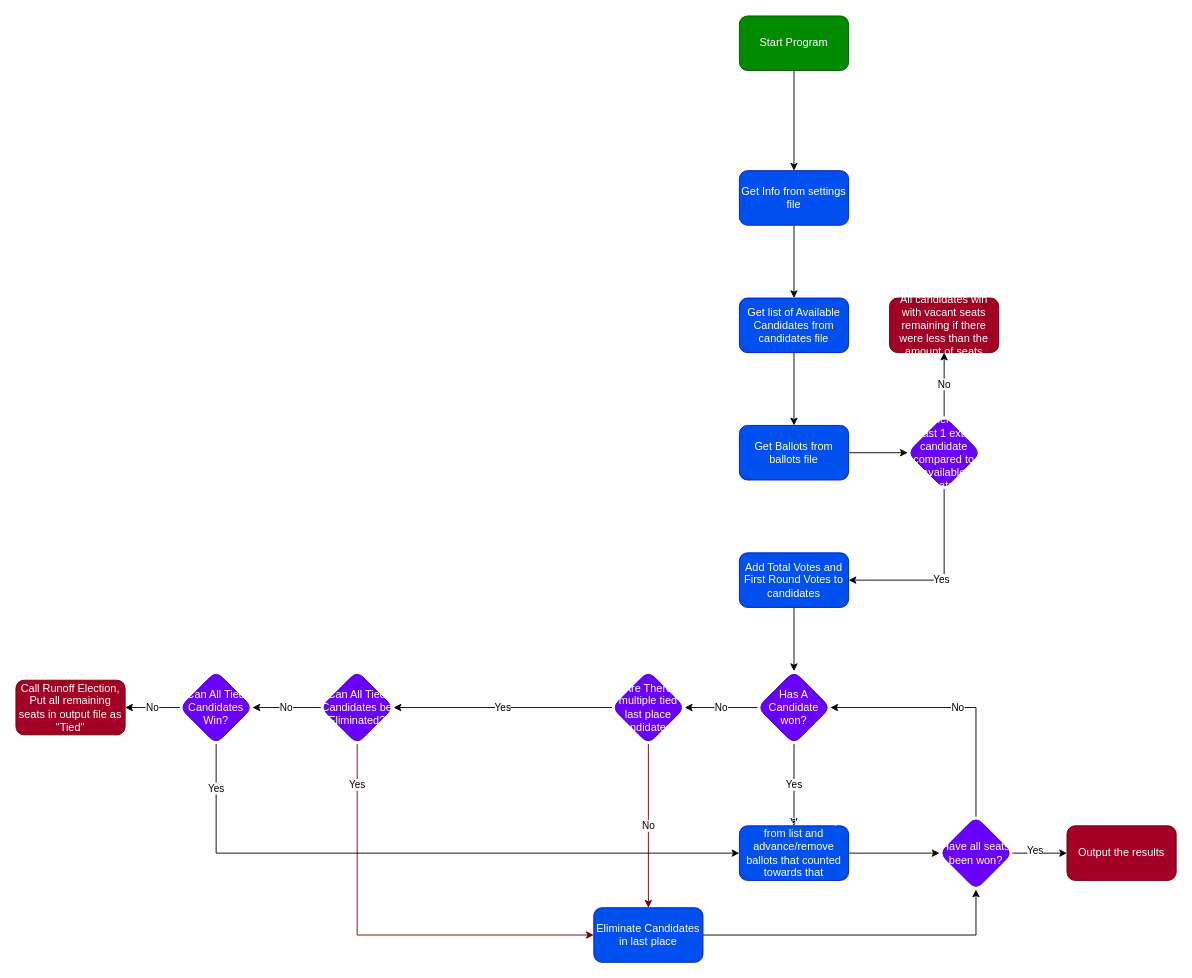
This is PRCVProgram.drawio from Aidenjewett905/FewBallotPRCVElection, a draw.io file, before an edit. Source tidied: cells renumbered, new cells numbered last; positions are measured from the earlier drawing's top-left corner, leaving out a move shared by most shapes. Both pictures are drawn from the tidied source at 91%, with x=0, y=0 at pixel (15, 15).
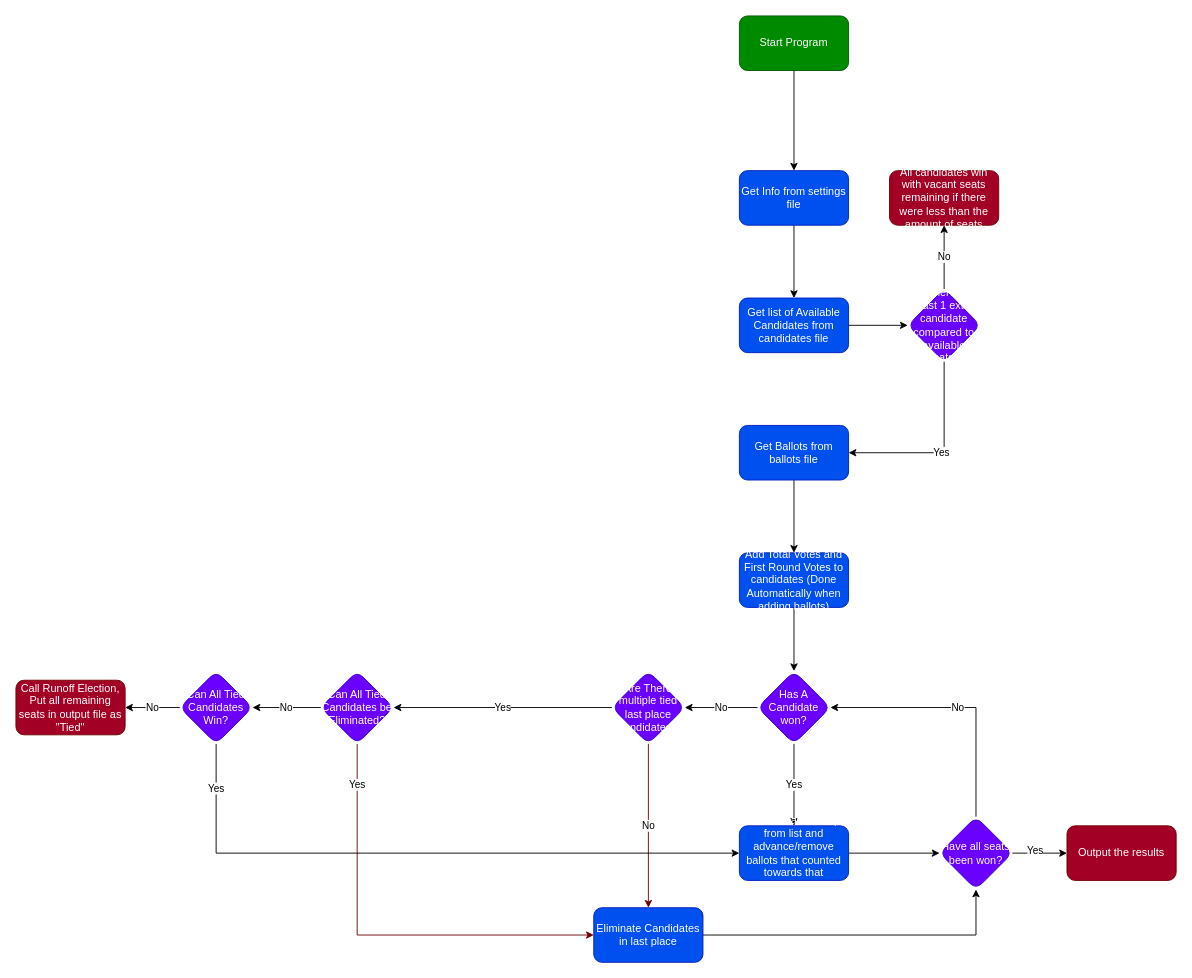
The same page after the edit.

Unchanged cells that the change refers to:
```xml
<mxCell id="7" value="Get list of Available Candidates from candidates file" style="whiteSpace=wrap;html=1;fillColor=#0050ef;strokeColor=#001DBC;fontColor=#ffffff;rounded=1;" parent="1" vertex="1">
  <mxGeometry x="795" y="310" width="120" height="60" as="geometry" />
</mxCell>
<mxCell id="34" value="Get Ballots from ballots file" style="whiteSpace=wrap;html=1;fillColor=#0050ef;strokeColor=#001DBC;fontColor=#ffffff;rounded=1;" parent="1" vertex="1">
  <mxGeometry x="795" y="450" width="120" height="60" as="geometry" />
</mxCell>
```

Diff of the diagram source:
```diff
@@
-    <mxCell id="6" style="edgeStyle=orthogonalEdgeStyle;rounded=0;jettySize=auto;html=1;" parent="1" edge="1" source="34" target="32">
-      <mxGeometry relative="1" as="geometry" />
-    </mxCell>
+    <mxCell id="37" style="edgeStyle=orthogonalEdgeStyle;rounded=0;jettySize=auto;html=1;entryX=0;entryY=0.5;entryDx=0;entryDy=0;" parent="1" edge="1" source="7" target="32">
+      <mxGeometry relative="1" as="geometry" />
+    </mxCell>
@@
-    <mxCell id="9" value="Add Total Votes and First Round Votes to candidates" style="whiteSpace=wrap;html=1;fillColor=#0050ef;strokeColor=#001DBC;fontColor=#ffffff;rounded=1;" parent="1" vertex="1">
+    <mxCell id="9" value="Add Total Votes and First Round Votes to candidates (Done Automatically when adding ballots)" style="whiteSpace=wrap;html=1;fillColor=#0050ef;strokeColor=#001DBC;fontColor=#ffffff;rounded=1;" parent="1" vertex="1">
       <mxGeometry x="795" y="590" width="120" height="60" as="geometry" />
     </mxCell>
@@
     <mxCell id="29" value="All candidates win with vacant seats remaining if there were less than the amount of seats" style="whiteSpace=wrap;html=1;fillColor=#a20025;strokeColor=#6F0000;fontColor=#ffffff;rounded=1;" parent="1" vertex="1">
-      <mxGeometry x="960" y="310" width="120" height="60" as="geometry" />
+      <mxGeometry x="960" y="170" width="120" height="60" as="geometry" />
     </mxCell>
@@
-    <mxCell id="31" value="Yes" style="edgeStyle=orthogonalEdgeStyle;rounded=0;jettySize=auto;html=1;entryX=1;entryY=0.5;entryDx=0;entryDy=0;exitX=0.5;exitY=1;exitDx=0;exitDy=0;" parent="1" edge="1" source="32" target="9">
+    <mxCell id="31" value="Yes" style="edgeStyle=orthogonalEdgeStyle;rounded=0;jettySize=auto;html=1;entryX=1;entryY=0.5;entryDx=0;entryDy=0;exitX=0.5;exitY=1;exitDx=0;exitDy=0;" parent="1" edge="1" source="32" target="34">
       <mxGeometry relative="1" as="geometry" />
     </mxCell>
     <mxCell id="32" value="Is there at least 1 extra candidate compared to available seats?" style="rhombus;whiteSpace=wrap;html=1;fillColor=#6a00ff;strokeColor=#3700CC;fontColor=#ffffff;rounded=1;" parent="1" vertex="1">
-      <mxGeometry x="980" y="440" width="80" height="80" as="geometry" />
+      <mxGeometry x="980" y="300" width="80" height="80" as="geometry" />
     </mxCell>
-    <mxCell id="33" style="edgeStyle=orthogonalEdgeStyle;rounded=0;jettySize=auto;html=1;" parent="1" edge="1" source="7" target="34">
-      <mxGeometry relative="1" as="geometry" />
-    </mxCell>
+    <mxCell id="38" style="edgeStyle=orthogonalEdgeStyle;rounded=0;jettySize=auto;html=1;entryX=0.5;entryY=0;entryDx=0;entryDy=0;" parent="1" edge="1" source="34" target="9">
+      <mxGeometry relative="1" as="geometry" />
+    </mxCell>
```
